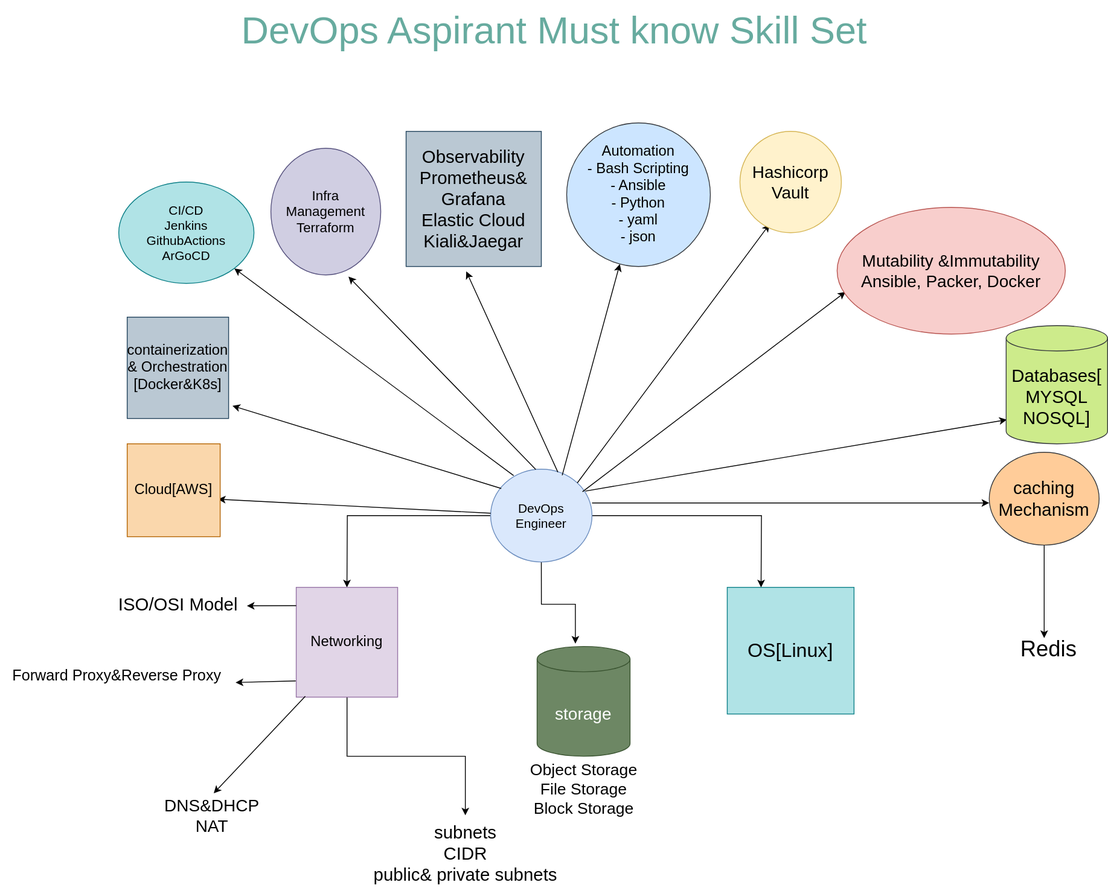
Earlier version of the draw.io export devops-requirments.drawio.svg (ullagallu123/svg). Source tidied: cells renumbered, new cells last; positions are measured from the earlier drawing's top-left corner, leaving out a move shared by most shapes.
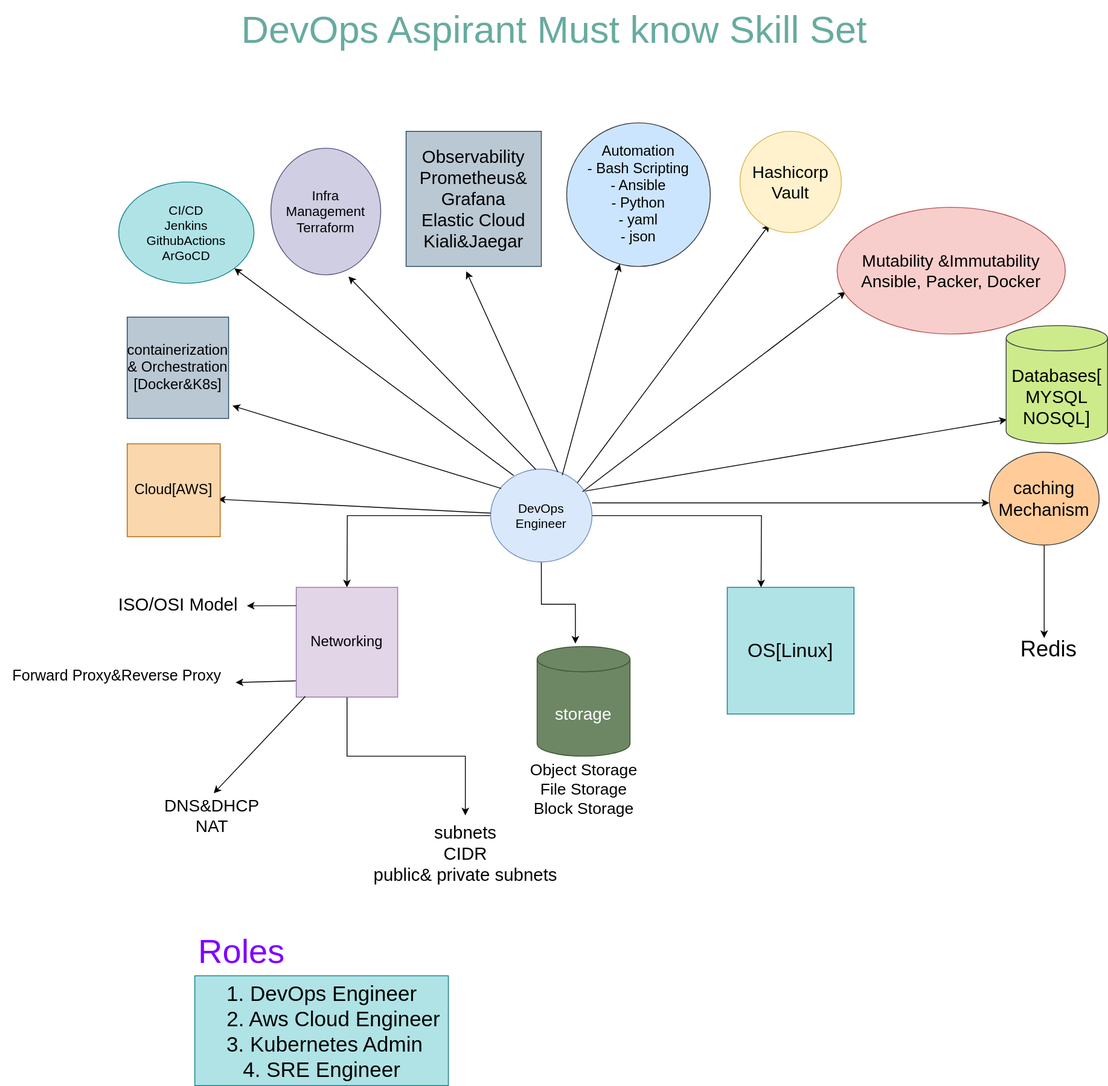
After the commit.

Diff of the diagram source:
```diff
@@ -134,5 +134,11 @@
     <mxCell id="40" value="&lt;font style=&quot;font-size: 26px;&quot;&gt;Redis&lt;/font&gt;" style="text;html=1;align=center;verticalAlign=middle;strokeColor=none;fillColor=none;" parent="1" vertex="1">
       <mxGeometry x="1195" y="748" width="90" height="40" as="geometry" />
     </mxCell>
+    <mxCell id="41" value="&lt;div&gt;&lt;font style=&quot;font-size: 25px;&quot;&gt;1. DevOps Engineer&lt;/font&gt;&lt;/div&gt;&lt;div&gt;&lt;font style=&quot;font-size: 25px;&quot;&gt;&amp;nbsp; &amp;nbsp; 2. Aws Cloud Engineer&lt;/font&gt;&lt;/div&gt;&lt;div&gt;&lt;font style=&quot;font-size: 25px;&quot;&gt;&amp;nbsp;3. Kubernetes Admin&lt;/font&gt;&lt;/div&gt;&lt;div&gt;&lt;span style=&quot;background-color: initial; font-size: 25px;&quot;&gt;4. SRE Engineer&lt;/span&gt;&lt;/div&gt;" style="text;html=1;align=center;verticalAlign=middle;strokeColor=#0e8088;fillColor=#b0e3e6;" parent="1" vertex="1">
+      <mxGeometry x="230" y="1155" width="300" height="130" as="geometry" />
+    </mxCell>
+    <mxCell id="42" value="&lt;font color=&quot;#7f00ff&quot; style=&quot;font-size: 40px;&quot;&gt;Roles&lt;/font&gt;" style="text;html=1;align=center;verticalAlign=middle;strokeColor=none;fillColor=none;" parent="1" vertex="1">
+      <mxGeometry x="220" y="1095" width="130" height="60" as="geometry" />
+    </mxCell>
   </root>
 </mxGraphModel>
```
